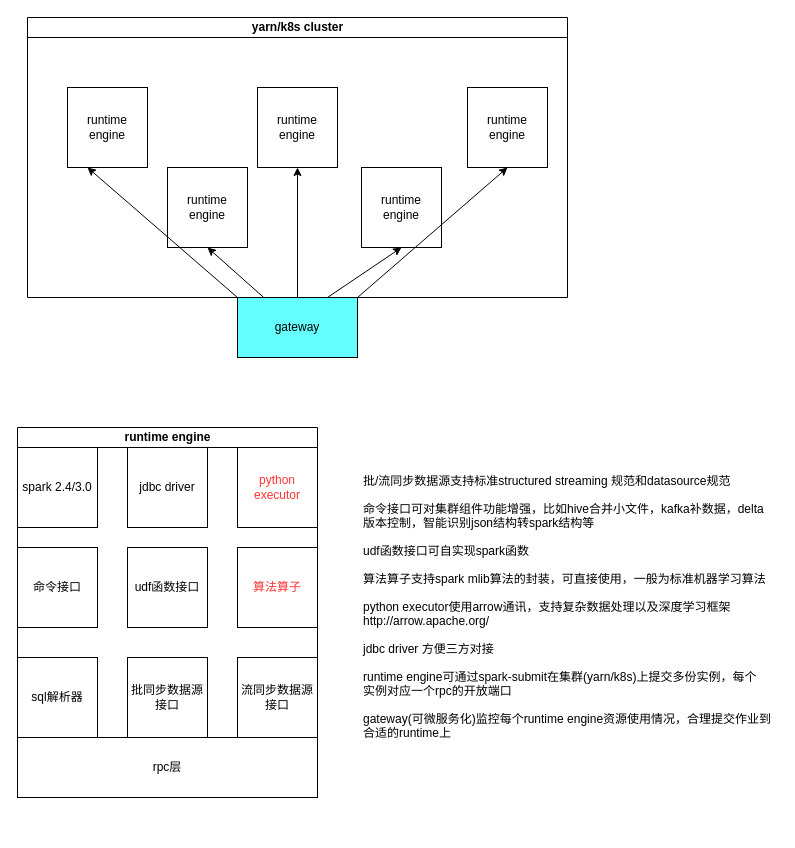
Above: docs/design/设计与系统结构.drawio in pj1987111/yisql (draw.io), before the change. Source tidied: cells renumbered, new cells numbered last; positions are measured from the earlier drawing's top-left corner, leaving out a move shared by most shapes. Both pictures are drawn from the tidied source at 100%, with x=0, y=0 at pixel (17, 17).
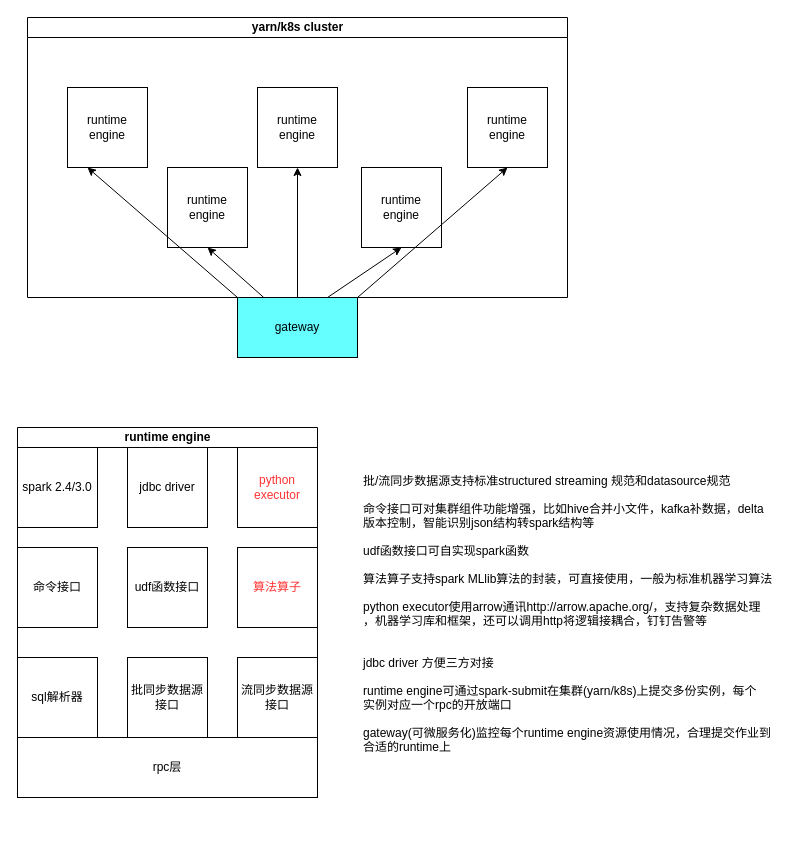
After the change.

Diff of the diagram source:
```diff
@@
-    <mxCell id="25" value="批/流同步数据源支持标准structured streaming 规范和datasource规范&#10;&#10;命令接口可对集群组件功能增强，比如hive合并小文件，kafka补数据，delta&#10;版本控制，智能识别json结构转spark结构等&#10;&#10;udf函数接口可自实现spark函数&#10;&#10;算法算子支持spark mlib算法的封装，可直接使用，一般为标准机器学习算法&#10;&#10;python executor使用arrow通讯，支持复杂数据处理以及深度学习框架&#10;http://arrow.apache.org/&#10;&#10;jdbc driver 方便三方对接&#10;&#10;runtime engine可通过spark-submit在集群(yarn/k8s)上提交多份实例，每个&#10;实例对应一个rpc的开放端口&#10;&#10;gateway(可微服务化)监控每个runtime engine资源使用情况，合理提交作业到&#10;合适的runtime上" style="text;strokeColor=none;fillColor=none;align=left;verticalAlign=top;spacingLeft=4;spacingRight=4;overflow=hidden;" parent="1" vertex="1">
+    <mxCell id="25" value="批/流同步数据源支持标准structured streaming 规范和datasource规范&#10;&#10;命令接口可对集群组件功能增强，比如hive合并小文件，kafka补数据，delta&#10;版本控制，智能识别json结构转spark结构等&#10;&#10;udf函数接口可自实现spark函数&#10;&#10;算法算子支持spark MLlib算法的封装，可直接使用，一般为标准机器学习算法&#10;&#10;python executor使用arrow通讯http://arrow.apache.org/，支持复杂数据处理&#10;，机器学习库和框架，还可以调用http将逻辑接耦合，钉钉告警等&#10;&#10;&#10;jdbc driver 方便三方对接&#10;&#10;runtime engine可通过spark-submit在集群(yarn/k8s)上提交多份实例，每个&#10;实例对应一个rpc的开放端口&#10;&#10;gateway(可微服务化)监控每个runtime engine资源使用情况，合理提交作业到&#10;合适的runtime上" style="text;strokeColor=none;fillColor=none;align=left;verticalAlign=top;spacingLeft=4;spacingRight=4;overflow=hidden;" parent="1" vertex="1">
       <mxGeometry x="340" y="450" width="420" height="360" as="geometry" />
     </mxCell>
```
